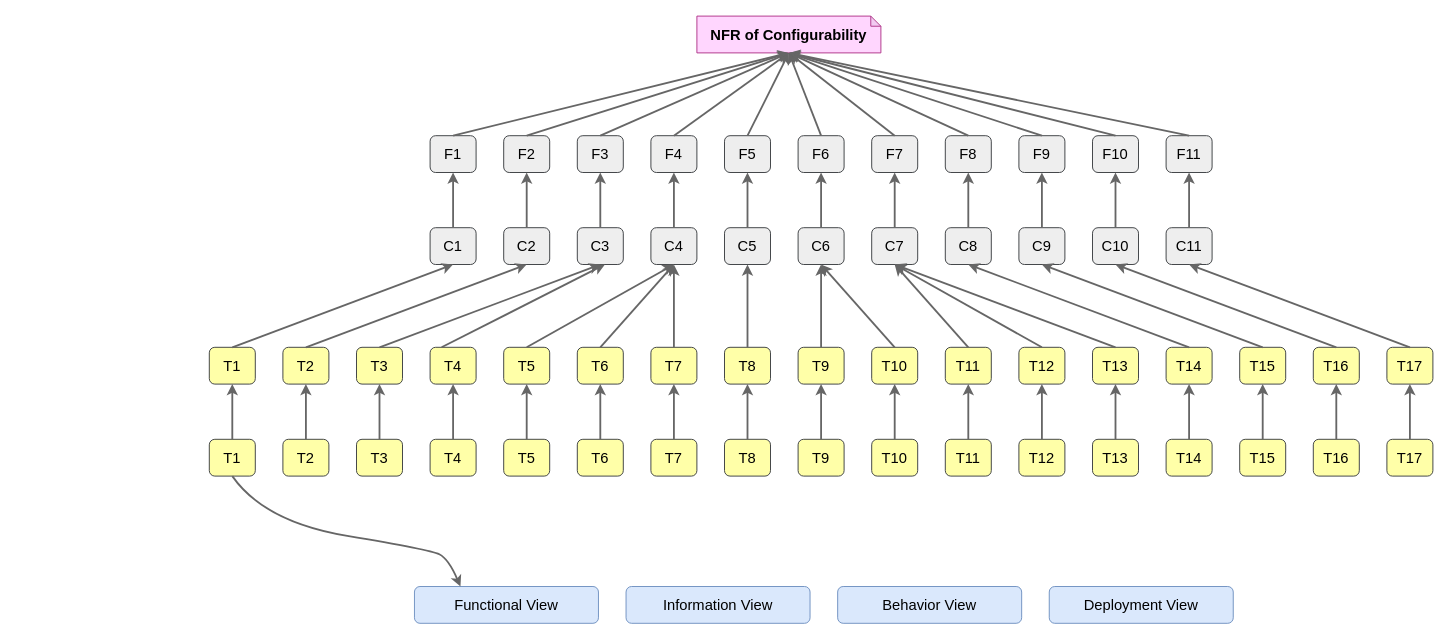
Above: final_nfr_traceability.drawio in ShineSoYoung/TEST (draw.io), before the change. Source tidied: cells renumbered, new cells numbered last; positions are measured from the earlier drawing's top-left corner, leaving out a move shared by most shapes. Both pictures are drawn from the tidied source at 92%, with x=0, y=0 at pixel (209, 16).
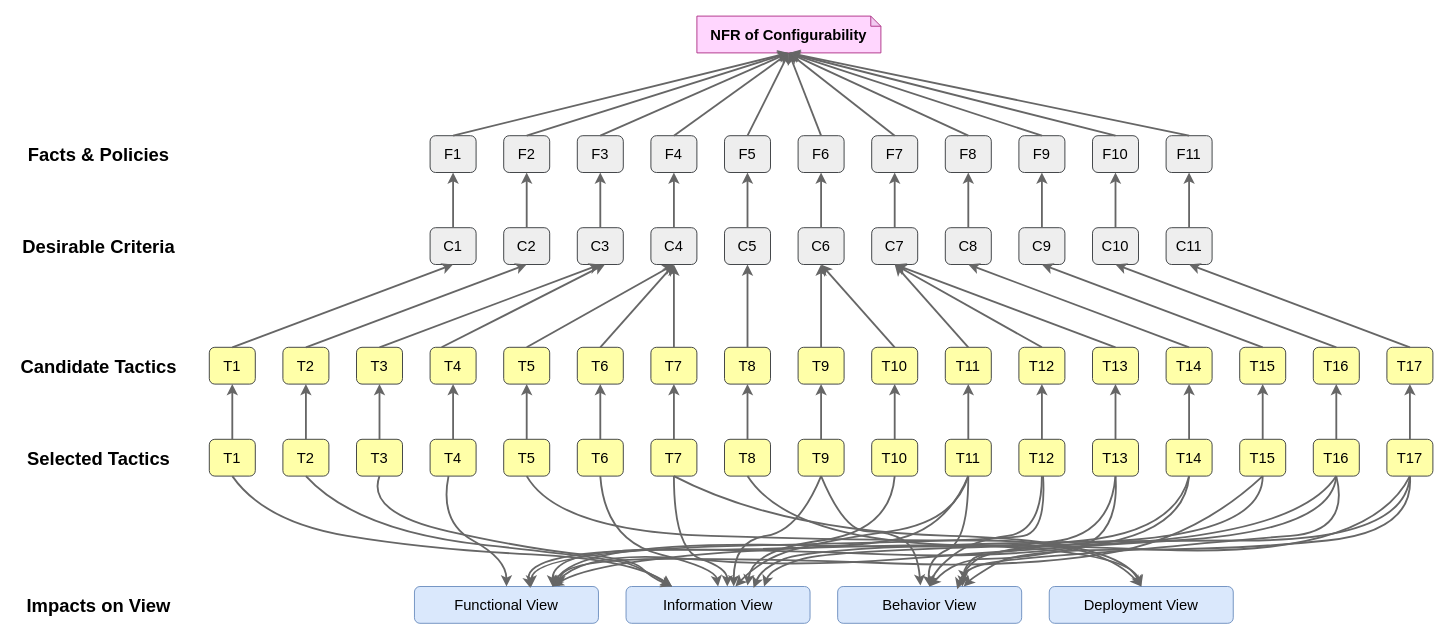
The same diagram, later.

The change refers to these unchanged cells:
```xml
<mxCell id="42" value="&lt;font style=&quot;font-size: 16px;&quot;&gt;T1&lt;/font&gt;" style="rounded=1;whiteSpace=wrap;html=1;fillColor=#ffffa8;strokeColor=#36393d;" parent="1" vertex="1">
  <mxGeometry y="460" width="50" height="40" as="geometry" />
</mxCell>
<mxCell id="43" value="&lt;font style=&quot;font-size: 16px;&quot;&gt;T2&lt;/font&gt;" style="rounded=1;whiteSpace=wrap;html=1;fillColor=#ffffa8;strokeColor=#36393d;" parent="1" vertex="1">
  <mxGeometry x="80" y="460" width="50" height="40" as="geometry" />
</mxCell>
<mxCell id="44" value="&lt;font style=&quot;font-size: 16px;&quot;&gt;T3&lt;/font&gt;" style="rounded=1;whiteSpace=wrap;html=1;fillColor=#ffffa8;strokeColor=#36393d;" parent="1" vertex="1">
  <mxGeometry x="160" y="460" width="50" height="40" as="geometry" />
</mxCell>
<mxCell id="46" value="&lt;font style=&quot;font-size: 16px;&quot;&gt;T5&lt;/font&gt;" style="rounded=1;whiteSpace=wrap;html=1;fillColor=#ffffa8;strokeColor=#36393d;" parent="1" vertex="1">
  <mxGeometry x="320" y="460" width="50" height="40" as="geometry" />
</mxCell>
<mxCell id="47" value="&lt;font style=&quot;font-size: 16px;&quot;&gt;T6&lt;/font&gt;" style="rounded=1;whiteSpace=wrap;html=1;fillColor=#ffffa8;strokeColor=#36393d;" parent="1" vertex="1">
  <mxGeometry x="400" y="460" width="50" height="40" as="geometry" />
</mxCell>
<mxCell id="48" value="&lt;font style=&quot;font-size: 16px;&quot;&gt;T7&lt;/font&gt;" style="rounded=1;whiteSpace=wrap;html=1;fillColor=#ffffa8;strokeColor=#36393d;" parent="1" vertex="1">
  <mxGeometry x="480" y="460" width="50" height="40" as="geometry" />
</mxCell>
<mxCell id="49" value="&lt;font style=&quot;font-size: 16px;&quot;&gt;T8&lt;/font&gt;" style="rounded=1;whiteSpace=wrap;html=1;fillColor=#ffffa8;strokeColor=#36393d;" parent="1" vertex="1">
  <mxGeometry x="560" y="460" width="50" height="40" as="geometry" />
</mxCell>
<mxCell id="50" value="&lt;font style=&quot;font-size: 16px;&quot;&gt;T9&lt;/font&gt;" style="rounded=1;whiteSpace=wrap;html=1;fillColor=#ffffa8;strokeColor=#36393d;" parent="1" vertex="1">
  <mxGeometry x="640" y="460" width="50" height="40" as="geometry" />
</mxCell>
<mxCell id="51" value="&lt;font style=&quot;font-size: 16px;&quot;&gt;T10&lt;/font&gt;" style="rounded=1;whiteSpace=wrap;html=1;fillColor=#ffffa8;strokeColor=#36393d;" parent="1" vertex="1">
  <mxGeometry x="720" y="460" width="50" height="40" as="geometry" />
</mxCell>
<mxCell id="52" value="&lt;font style=&quot;font-size: 16px;&quot;&gt;T11&lt;/font&gt;" style="rounded=1;whiteSpace=wrap;html=1;fillColor=#ffffa8;strokeColor=#36393d;" parent="1" vertex="1">
  <mxGeometry x="800" y="460" width="50" height="40" as="geometry" />
</mxCell>
<mxCell id="53" value="&lt;font style=&quot;font-size: 16px;&quot;&gt;T12&lt;/font&gt;" style="rounded=1;whiteSpace=wrap;html=1;fillColor=#ffffa8;strokeColor=#36393d;" parent="1" vertex="1">
  <mxGeometry x="880" y="460" width="50" height="40" as="geometry" />
</mxCell>
<mxCell id="54" value="&lt;font style=&quot;font-size: 16px;&quot;&gt;T13&lt;/font&gt;" style="rounded=1;whiteSpace=wrap;html=1;fillColor=#ffffa8;strokeColor=#36393d;" parent="1" vertex="1">
  <mxGeometry x="960" y="460" width="50" height="40" as="geometry" />
</mxCell>
<mxCell id="55" value="&lt;font style=&quot;font-size: 16px;&quot;&gt;T14&lt;/font&gt;" style="rounded=1;whiteSpace=wrap;html=1;fillColor=#ffffa8;strokeColor=#36393d;" parent="1" vertex="1">
  <mxGeometry x="1040" y="460" width="50" height="40" as="geometry" />
</mxCell>
<mxCell id="56" value="&lt;font style=&quot;font-size: 16px;&quot;&gt;T15&lt;/font&gt;" style="rounded=1;whiteSpace=wrap;html=1;fillColor=#ffffa8;strokeColor=#36393d;" parent="1" vertex="1">
  <mxGeometry x="1120" y="460" width="50" height="40" as="geometry" />
</mxCell>
<mxCell id="57" value="&lt;font style=&quot;font-size: 16px;&quot;&gt;T16&lt;/font&gt;" style="rounded=1;whiteSpace=wrap;html=1;fillColor=#ffffa8;strokeColor=#36393d;" parent="1" vertex="1">
  <mxGeometry x="1200" y="460" width="50" height="40" as="geometry" />
</mxCell>
<mxCell id="58" value="&lt;font style=&quot;font-size: 16px;&quot;&gt;T17&lt;/font&gt;" style="rounded=1;whiteSpace=wrap;html=1;fillColor=#ffffa8;strokeColor=#36393d;" parent="1" vertex="1">
  <mxGeometry x="1280" y="460" width="50" height="40" as="geometry" />
</mxCell>
<mxCell id="59" value="&lt;span style=&quot;font-size: 16px;&quot;&gt;Functional View&lt;/span&gt;" style="rounded=1;whiteSpace=wrap;html=1;fillColor=#dae8fc;strokeColor=#6c8ebf;" parent="1" vertex="1">
  <mxGeometry x="223" y="620" width="200" height="40" as="geometry" />
</mxCell>
<mxCell id="60" value="&lt;span style=&quot;font-size: 16px;&quot;&gt;Information View&lt;/span&gt;" style="rounded=1;whiteSpace=wrap;html=1;fillColor=#dae8fc;strokeColor=#6c8ebf;" parent="1" vertex="1">
  <mxGeometry x="453" y="620" width="200" height="40" as="geometry" />
</mxCell>
<mxCell id="61" value="&lt;span style=&quot;font-size: 16px;&quot;&gt;Behavior View&lt;/span&gt;" style="rounded=1;whiteSpace=wrap;html=1;fillColor=#dae8fc;strokeColor=#6c8ebf;" parent="1" vertex="1">
  <mxGeometry x="683" y="620" width="200" height="40" as="geometry" />
</mxCell>
<mxCell id="62" value="&lt;span style=&quot;font-size: 16px;&quot;&gt;Deployment View&lt;/span&gt;" style="rounded=1;whiteSpace=wrap;html=1;fillColor=#dae8fc;strokeColor=#6c8ebf;" parent="1" vertex="1">
  <mxGeometry x="913" y="620" width="200" height="40" as="geometry" />
</mxCell>
```

Diff of the diagram source:
```diff
@@
-    <mxCell id="63" style="curved=1;endArrow=classic;html=1;rounded=0;exitX=0.5;exitY=1;exitDx=0;exitDy=0;entryX=0.25;entryY=0;entryDx=0;entryDy=0;fillColor=#f5f5f5;strokeColor=#666666;strokeWidth=2;" parent="1" edge="1" source="42" target="59">
+    <mxCell id="63" style="curved=1;endArrow=classic;html=1;rounded=0;exitX=0.5;exitY=1;exitDx=0;exitDy=0;entryX=0.25;entryY=0;entryDx=0;entryDy=0;fillColor=#f5f5f5;strokeColor=#666666;strokeWidth=2;" parent="1" edge="1" source="42" target="60">
       <mxGeometry relative="1" as="geometry">
         <Array as="points">
           <mxPoint x="60" y="550" />
           <mxPoint x="240" y="580" />
-          <mxPoint x="260" y="590" />
+          <mxPoint x="460" y="590" />
         </Array>
       </mxGeometry>
     </mxCell>
@@
+    <mxCell id="120" style="curved=1;endArrow=classic;html=1;rounded=0;exitX=0.5;exitY=1;exitDx=0;exitDy=0;entryX=0.25;entryY=0;entryDx=0;entryDy=0;fillColor=#f5f5f5;strokeColor=#666666;strokeWidth=2;" parent="1" edge="1" source="43" target="60">
+      <mxGeometry relative="1" as="geometry">
+        <Array as="points">
+          <mxPoint x="160" y="560" />
+          <mxPoint x="440" y="590" />
+          <mxPoint x="470" y="600" />
+        </Array>
+      </mxGeometry>
+    </mxCell>
+    <mxCell id="121" style="curved=1;endArrow=classic;html=1;rounded=0;exitX=0.5;exitY=1;exitDx=0;exitDy=0;entryX=0.25;entryY=0;entryDx=0;entryDy=0;fillColor=#f5f5f5;strokeColor=#666666;strokeWidth=2;" parent="1" edge="1" source="44" target="60">
+      <mxGeometry relative="1" as="geometry">
+        <Array as="points">
+          <mxPoint x="170" y="540" />
+          <mxPoint x="350" y="580" />
+          <mxPoint x="460" y="590" />
+          <mxPoint x="480" y="610" />
+        </Array>
+      </mxGeometry>
+    </mxCell>
+    <mxCell id="122" style="curved=1;endArrow=classic;html=1;rounded=0;fillColor=#f5f5f5;strokeColor=#666666;strokeWidth=2;entryX=0.5;entryY=0;entryDx=0;entryDy=0;" parent="1" edge="1" target="59">
+      <mxGeometry relative="1" as="geometry">
+        <mxPoint x="260" y="500" as="sourcePoint" />
+        <Array as="points">
+          <mxPoint x="250" y="550" />
+          <mxPoint x="323" y="590" />
+        </Array>
+      </mxGeometry>
+    </mxCell>
+    <mxCell id="123" style="curved=1;endArrow=classic;html=1;rounded=0;fillColor=#f5f5f5;strokeColor=#666666;strokeWidth=2;entryX=0.5;entryY=0;entryDx=0;entryDy=0;exitX=0.5;exitY=1;exitDx=0;exitDy=0;" parent="1" edge="1" source="46" target="62">
+      <mxGeometry relative="1" as="geometry">
+        <Array as="points">
+          <mxPoint x="380" y="560" />
+          <mxPoint x="710" y="570" />
+          <mxPoint x="970" y="570" />
+        </Array>
+      </mxGeometry>
+    </mxCell>
+    <mxCell id="124" style="curved=1;endArrow=classic;html=1;rounded=0;fillColor=#f5f5f5;strokeColor=#666666;strokeWidth=2;entryX=0.5;entryY=0;entryDx=0;entryDy=0;exitX=0.5;exitY=1;exitDx=0;exitDy=0;" parent="1" edge="1" source="47" target="60">
+      <mxGeometry relative="1" as="geometry">
+        <Array as="points">
+          <mxPoint x="430" y="570" />
+          <mxPoint x="550" y="600" />
+        </Array>
+      </mxGeometry>
+    </mxCell>
+    <mxCell id="125" style="curved=1;endArrow=classic;html=1;rounded=0;fillColor=#f5f5f5;strokeColor=#666666;strokeWidth=2;exitX=0.5;exitY=1;exitDx=0;exitDy=0;" parent="1" edge="1" source="48">
+      <mxGeometry relative="1" as="geometry">
+        <mxPoint x="563" y="620" as="targetPoint" />
+        <Array as="points">
+          <mxPoint x="505" y="580" />
+          <mxPoint x="563" y="600" />
+        </Array>
+      </mxGeometry>
+    </mxCell>
+    <mxCell id="126" style="curved=1;endArrow=classic;html=1;rounded=0;fillColor=#f5f5f5;strokeColor=#666666;strokeWidth=2;exitX=0.5;exitY=1;exitDx=0;exitDy=0;entryX=0.5;entryY=0;entryDx=0;entryDy=0;" parent="1" edge="1" source="48" target="62">
+      <mxGeometry relative="1" as="geometry">
+        <Array as="points">
+          <mxPoint x="620" y="560" />
+          <mxPoint x="990" y="570" />
+        </Array>
+      </mxGeometry>
+    </mxCell>
+    <mxCell id="127" style="curved=1;endArrow=classic;html=1;rounded=0;fillColor=#f5f5f5;strokeColor=#666666;strokeWidth=2;exitX=0.5;exitY=1;exitDx=0;exitDy=0;entryX=0.5;entryY=0;entryDx=0;entryDy=0;" parent="1" edge="1" source="49" target="62">
+      <mxGeometry relative="1" as="geometry">
+        <Array as="points">
+          <mxPoint x="630" y="570" />
+          <mxPoint x="1000" y="580" />
+        </Array>
+      </mxGeometry>
+    </mxCell>
+    <mxCell id="128" style="curved=1;endArrow=classic;html=1;rounded=0;fillColor=#f5f5f5;strokeColor=#666666;strokeWidth=2;exitX=0.5;exitY=1;exitDx=0;exitDy=0;entryX=0.45;entryY=-0.025;entryDx=0;entryDy=0;entryPerimeter=0;" parent="1" edge="1" source="50" target="61">
+      <mxGeometry relative="1" as="geometry">
+        <Array as="points">
+          <mxPoint x="690" y="560" />
+          <mxPoint x="740" y="560" />
+          <mxPoint x="770" y="580" />
+        </Array>
+      </mxGeometry>
+    </mxCell>
+    <mxCell id="129" style="curved=1;endArrow=classic;html=1;rounded=0;fillColor=#f5f5f5;strokeColor=#666666;strokeWidth=2;exitX=0.5;exitY=1;exitDx=0;exitDy=0;entryX=0.585;entryY=0;entryDx=0;entryDy=0;entryPerimeter=0;" parent="1" edge="1" source="50" target="60">
+      <mxGeometry relative="1" as="geometry">
+        <Array as="points">
+          <mxPoint x="640" y="560" />
+          <mxPoint x="570" y="570" />
+        </Array>
+      </mxGeometry>
+    </mxCell>
+    <mxCell id="130" style="curved=1;endArrow=classic;html=1;rounded=0;fillColor=#f5f5f5;strokeColor=#666666;strokeWidth=2;exitX=0.5;exitY=1;exitDx=0;exitDy=0;entryX=0.66;entryY=-0.025;entryDx=0;entryDy=0;entryPerimeter=0;" parent="1" edge="1" source="51" target="60">
+      <mxGeometry relative="1" as="geometry">
+        <Array as="points">
+          <mxPoint x="740" y="560" />
+          <mxPoint x="590" y="580" />
+        </Array>
+      </mxGeometry>
+    </mxCell>
+    <mxCell id="131" style="curved=1;endArrow=classic;html=1;rounded=0;fillColor=#f5f5f5;strokeColor=#666666;strokeWidth=2;exitX=0.5;exitY=1;exitDx=0;exitDy=0;" parent="1" edge="1" source="52" target="60">
+      <mxGeometry relative="1" as="geometry">
+        <Array as="points">
+          <mxPoint x="810" y="550" />
+          <mxPoint x="670" y="570" />
+          <mxPoint x="600" y="590" />
+        </Array>
+      </mxGeometry>
+    </mxCell>
+    <mxCell id="132" style="curved=1;endArrow=classic;html=1;rounded=0;fillColor=#f5f5f5;strokeColor=#666666;strokeWidth=2;exitX=0.5;exitY=1;exitDx=0;exitDy=0;entryX=0.63;entryY=0.042;entryDx=0;entryDy=0;entryPerimeter=0;" parent="1" edge="1" source="52" target="59">
+      <mxGeometry relative="1" as="geometry">
+        <Array as="points">
+          <mxPoint x="800" y="560" />
+          <mxPoint x="680" y="580" />
+          <mxPoint x="340" y="580" />
+        </Array>
+      </mxGeometry>
+    </mxCell>
+    <mxCell id="133" style="curved=1;endArrow=classic;html=1;rounded=0;fillColor=#f5f5f5;strokeColor=#666666;strokeWidth=2;exitX=0.5;exitY=1;exitDx=0;exitDy=0;entryX=0.5;entryY=0;entryDx=0;entryDy=0;" parent="1" edge="1" source="52" target="61">
+      <mxGeometry relative="1" as="geometry">
+        <Array as="points">
+          <mxPoint x="825" y="570" />
+          <mxPoint x="780" y="590" />
+        </Array>
+      </mxGeometry>
+    </mxCell>
+    <mxCell id="134" style="curved=1;endArrow=classic;html=1;rounded=0;fillColor=#f5f5f5;strokeColor=#666666;strokeWidth=2;exitX=0.5;exitY=1;exitDx=0;exitDy=0;entryX=0.5;entryY=0;entryDx=0;entryDy=0;" parent="1" edge="1" source="53" target="61">
+      <mxGeometry relative="1" as="geometry">
+        <Array as="points">
+          <mxPoint x="905" y="560" />
+          <mxPoint x="830" y="570" />
+          <mxPoint x="790" y="600" />
+        </Array>
+      </mxGeometry>
+    </mxCell>
+    <mxCell id="135" style="curved=1;endArrow=classic;html=1;rounded=0;fillColor=#f5f5f5;strokeColor=#666666;strokeWidth=2;entryX=0.635;entryY=0;entryDx=0;entryDy=0;entryPerimeter=0;" parent="1" edge="1" source="53" target="59">
+      <mxGeometry relative="1" as="geometry">
+        <Array as="points">
+          <mxPoint x="910" y="560" />
+          <mxPoint x="860" y="570" />
+          <mxPoint x="350" y="580" />
+        </Array>
+      </mxGeometry>
+    </mxCell>
+    <mxCell id="136" style="curved=1;endArrow=classic;html=1;rounded=0;fillColor=#f5f5f5;strokeColor=#666666;strokeWidth=2;entryX=0.75;entryY=0;entryDx=0;entryDy=0;exitX=0.5;exitY=1;exitDx=0;exitDy=0;" parent="1" edge="1" source="54" target="59">
+      <mxGeometry relative="1" as="geometry">
+        <Array as="points">
+          <mxPoint x="980" y="560" />
+          <mxPoint x="870" y="580" />
+          <mxPoint x="400" y="570" />
+        </Array>
+      </mxGeometry>
+    </mxCell>
+    <mxCell id="137" style="curved=1;endArrow=classic;html=1;rounded=0;fillColor=#f5f5f5;strokeColor=#666666;strokeWidth=2;entryX=0.5;entryY=0;entryDx=0;entryDy=0;exitX=0.5;exitY=1;exitDx=0;exitDy=0;" parent="1" edge="1" source="54" target="61">
+      <mxGeometry relative="1" as="geometry">
+        <Array as="points">
+          <mxPoint x="990" y="570" />
+          <mxPoint x="880" y="590" />
+          <mxPoint x="810" y="590" />
+        </Array>
+      </mxGeometry>
+    </mxCell>
+    <mxCell id="138" style="curved=1;endArrow=classic;html=1;rounded=0;fillColor=#f5f5f5;strokeColor=#666666;strokeWidth=2;entryX=0.677;entryY=0.008;entryDx=0;entryDy=0;exitX=0.5;exitY=1;exitDx=0;exitDy=0;entryPerimeter=0;" parent="1" edge="1" source="55" target="61">
+      <mxGeometry relative="1" as="geometry">
+        <Array as="points">
+          <mxPoint x="1050" y="560" />
+          <mxPoint x="850" y="580" />
+          <mxPoint x="820" y="600" />
+        </Array>
+      </mxGeometry>
+    </mxCell>
+    <mxCell id="139" style="curved=1;endArrow=classic;html=1;rounded=0;fillColor=#f5f5f5;strokeColor=#666666;strokeWidth=2;entryX=0.75;entryY=0;entryDx=0;entryDy=0;exitX=0.5;exitY=1;exitDx=0;exitDy=0;" parent="1" edge="1" source="55" target="59">
+      <mxGeometry relative="1" as="geometry">
+        <Array as="points">
+          <mxPoint x="1060" y="560" />
+          <mxPoint x="860" y="590" />
+          <mxPoint x="610" y="580" />
+          <mxPoint x="373" y="580" />
+        </Array>
+      </mxGeometry>
+    </mxCell>
+    <mxCell id="140" style="curved=1;endArrow=classic;html=1;rounded=0;fillColor=#f5f5f5;strokeColor=#666666;strokeWidth=2;exitX=0.5;exitY=1;exitDx=0;exitDy=0;" parent="1" edge="1" source="56">
+      <mxGeometry relative="1" as="geometry">
+        <mxPoint x="380" y="620" as="targetPoint" />
+        <Array as="points">
+          <mxPoint x="1070" y="570" />
+          <mxPoint x="870" y="600" />
+          <mxPoint x="620" y="590" />
+          <mxPoint x="383" y="590" />
+        </Array>
+      </mxGeometry>
+    </mxCell>
+    <mxCell id="141" style="curved=1;endArrow=classic;html=1;rounded=0;fillColor=#f5f5f5;strokeColor=#666666;strokeWidth=2;entryX=0.69;entryY=-0.158;entryDx=0;entryDy=0;exitX=0.5;exitY=1;exitDx=0;exitDy=0;entryPerimeter=0;" parent="1" edge="1" source="56" target="61">
+      <mxGeometry relative="1" as="geometry">
+        <Array as="points">
+          <mxPoint x="1145" y="560" />
+          <mxPoint x="840" y="580" />
+          <mxPoint x="820" y="600" />
+        </Array>
+      </mxGeometry>
+    </mxCell>
+    <mxCell id="142" style="curved=1;endArrow=classic;html=1;rounded=0;fillColor=#f5f5f5;strokeColor=#666666;strokeWidth=2;exitX=0.5;exitY=1;exitDx=0;exitDy=0;entryX=0.75;entryY=0;entryDx=0;entryDy=0;" parent="1" edge="1" source="57" target="59">
+      <mxGeometry relative="1" as="geometry">
+        <Array as="points">
+          <mxPoint x="1220" y="560" />
+          <mxPoint x="880" y="580" />
+          <mxPoint x="630" y="600" />
+          <mxPoint x="410" y="580" />
+        </Array>
+      </mxGeometry>
+    </mxCell>
+    <mxCell id="143" style="curved=1;endArrow=classic;html=1;rounded=0;fillColor=#f5f5f5;strokeColor=#666666;strokeWidth=2;exitX=0.5;exitY=1;exitDx=0;exitDy=0;entryX=0.75;entryY=0;entryDx=0;entryDy=0;" parent="1" edge="1" source="57" target="60">
+      <mxGeometry relative="1" as="geometry">
+        <Array as="points">
+          <mxPoint x="1180" y="570" />
+          <mxPoint x="680" y="580" />
+          <mxPoint x="610" y="600" />
+        </Array>
+      </mxGeometry>
+    </mxCell>
+    <mxCell id="144" style="curved=1;endArrow=classic;html=1;rounded=0;fillColor=#f5f5f5;strokeColor=#666666;strokeWidth=2;exitX=0.5;exitY=1;exitDx=0;exitDy=0;entryX=0.65;entryY=0.075;entryDx=0;entryDy=0;entryPerimeter=0;" parent="1" edge="1" source="57" target="61">
+      <mxGeometry relative="1" as="geometry">
+        <Array as="points">
+          <mxPoint x="1240" y="560" />
+          <mxPoint x="1110" y="570" />
+          <mxPoint x="1010" y="580" />
+          <mxPoint x="870" y="590" />
+          <mxPoint x="820" y="600" />
+        </Array>
+      </mxGeometry>
+    </mxCell>
+    <mxCell id="145" style="curved=1;endArrow=classic;html=1;rounded=0;fillColor=#f5f5f5;strokeColor=#666666;strokeWidth=2;exitX=0.5;exitY=1;exitDx=0;exitDy=0;" parent="1" edge="1" source="58">
+      <mxGeometry relative="1" as="geometry">
+        <mxPoint x="820" y="620" as="targetPoint" />
+        <Array as="points">
+          <mxPoint x="1310" y="560" />
+          <mxPoint x="1120" y="580" />
+          <mxPoint x="880" y="580" />
+          <mxPoint x="830" y="610" />
+        </Array>
+      </mxGeometry>
+    </mxCell>
+    <mxCell id="146" style="curved=1;endArrow=classic;html=1;rounded=0;fillColor=#f5f5f5;strokeColor=#666666;strokeWidth=2;exitX=0.5;exitY=1;exitDx=0;exitDy=0;entryX=0.693;entryY=0.042;entryDx=0;entryDy=0;entryPerimeter=0;" parent="1" edge="1" source="58" target="60">
+      <mxGeometry relative="1" as="geometry">
+        <Array as="points">
+          <mxPoint x="1300" y="570" />
+          <mxPoint x="950" y="570" />
+          <mxPoint x="650" y="580" />
+          <mxPoint x="600" y="600" />
+        </Array>
+      </mxGeometry>
+    </mxCell>
+    <mxCell id="147" style="curved=1;endArrow=classic;html=1;rounded=0;fillColor=#f5f5f5;strokeColor=#666666;strokeWidth=2;exitX=0.5;exitY=1;exitDx=0;exitDy=0;entryX=0.75;entryY=0;entryDx=0;entryDy=0;" parent="1" edge="1" source="58" target="59">
+      <mxGeometry relative="1" as="geometry">
+        <Array as="points">
+          <mxPoint x="1260" y="590" />
+          <mxPoint x="800" y="570" />
+          <mxPoint x="420" y="590" />
+        </Array>
+      </mxGeometry>
+    </mxCell>
+    <mxCell id="148" value="Facts &amp;amp; Policies" style="text;html=1;strokeColor=none;fillColor=none;align=center;verticalAlign=middle;whiteSpace=wrap;rounded=0;fontSize=20;fontStyle=1;" parent="1" vertex="1">
+      <mxGeometry x="-210" y="135" width="180" height="30" as="geometry" />
+    </mxCell>
+    <mxCell id="149" value="Desirable Criteria" style="text;html=1;strokeColor=none;fillColor=none;align=center;verticalAlign=middle;whiteSpace=wrap;rounded=0;fontSize=20;fontStyle=1;" parent="1" vertex="1">
+      <mxGeometry x="-210" y="235" width="180" height="30" as="geometry" />
+    </mxCell>
+    <mxCell id="150" value="Candidate Tactics" style="text;html=1;strokeColor=none;fillColor=none;align=center;verticalAlign=middle;whiteSpace=wrap;rounded=0;fontSize=20;fontStyle=1;" parent="1" vertex="1">
+      <mxGeometry x="-210" y="365" width="180" height="30" as="geometry" />
+    </mxCell>
+    <mxCell id="151" value="Selected Tactics" style="text;html=1;strokeColor=none;fillColor=none;align=center;verticalAlign=middle;whiteSpace=wrap;rounded=0;fontSize=20;fontStyle=1;" parent="1" vertex="1">
+      <mxGeometry x="-210" y="465" width="180" height="30" as="geometry" />
+    </mxCell>
+    <mxCell id="152" value="Impacts on View" style="text;html=1;strokeColor=none;fillColor=none;align=center;verticalAlign=middle;whiteSpace=wrap;rounded=0;fontSize=20;fontStyle=1;" parent="1" vertex="1">
+      <mxGeometry x="-210" y="625" width="180" height="30" as="geometry" />
+    </mxCell>
```
